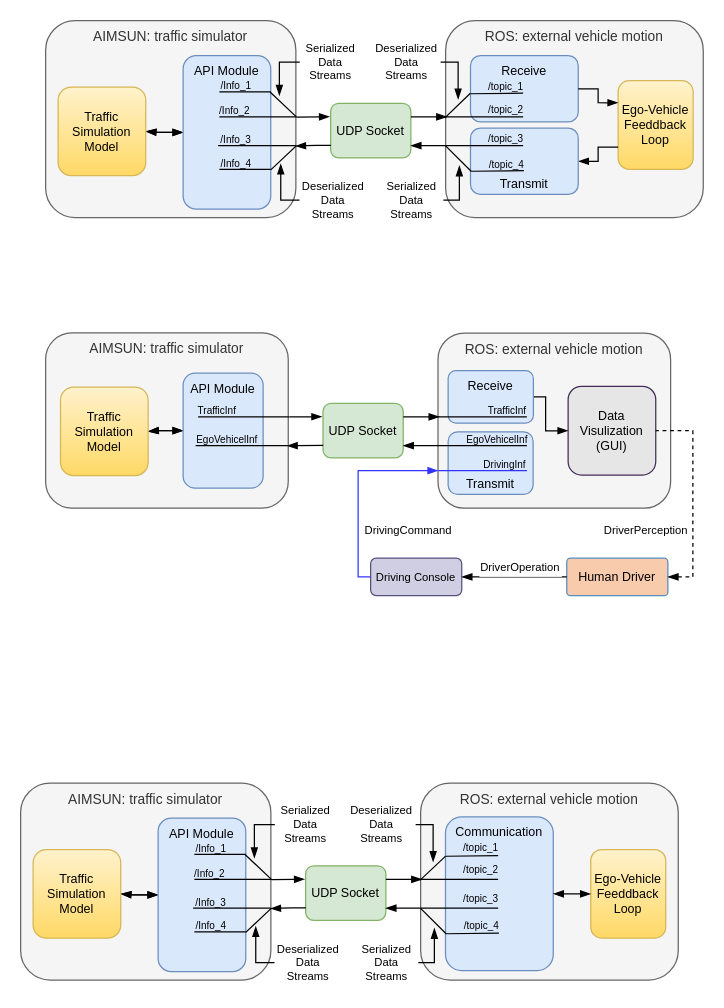
This is page "Page-1" (1 of 2) of ROS_AIMSUN_Bridge.drawio from LimingGao/draw_io, a draw.io file, before an edit. Source tidied: cells renumbered, new cells numbered last; positions are measured from the earlier drawing's top-left corner, leaving out a move shared by most shapes. Both pictures are drawn from the tidied source at 125%, with x=0, y=0 at pixel (20, 20).
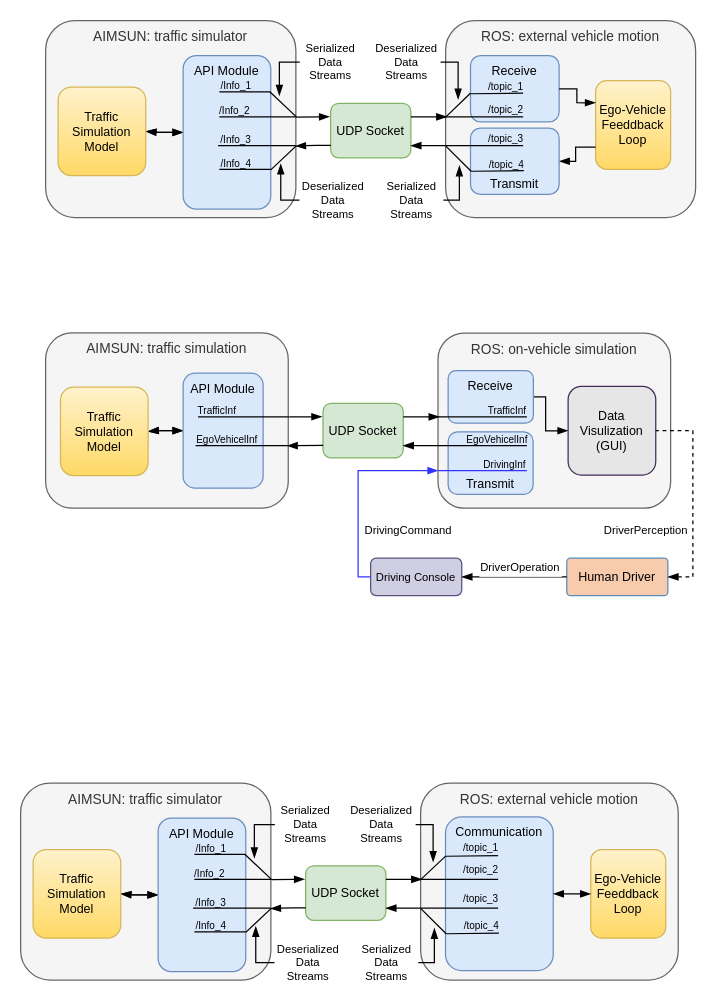
Above is the later version.

Change to the diagram source:
```diff
@@
-    <mxCell id="44" value="AIMSUN: traffic simulator" style="rounded=1;align=center;verticalAlign=top;fontSize=11;fontStyle=0;strokeColor=#666666;fillColor=#f5f5f5;fontColor=#333333;glass=0;" parent="1" vertex="1">
+    <mxCell id="44" value="AIMSUN: traffic simulation" style="rounded=1;align=center;verticalAlign=top;fontSize=11;fontStyle=0;strokeColor=#666666;fillColor=#f5f5f5;fontColor=#333333;glass=0;" parent="1" vertex="1">
       <mxGeometry x="20" y="249.8" width="194.1" height="140.2" as="geometry" />
     </mxCell>
@@
-    <mxCell id="50" value="ROS: external vehicle motion" style="rounded=1;align=center;verticalAlign=top;fontSize=11;fontStyle=0;strokeColor=#666666;fillColor=#f5f5f5;fontColor=#333333;glass=0;" parent="1" vertex="1">
+    <mxCell id="50" value="ROS: on-vehicle simulation" style="rounded=1;align=center;verticalAlign=top;fontSize=11;fontStyle=0;strokeColor=#666666;fillColor=#f5f5f5;fontColor=#333333;glass=0;" parent="1" vertex="1">
       <mxGeometry x="333.9" y="250" width="186.1" height="140" as="geometry" />
     </mxCell>
@@
     <mxCell id="75" value="ROS: external vehicle motion" style="rounded=1;align=center;verticalAlign=top;fontSize=11;fontStyle=0;strokeColor=#666666;fillColor=#f5f5f5;fontColor=#333333;glass=0;" parent="1" vertex="1">
-      <mxGeometry x="340" width="206.1" height="157.5" as="geometry" />
+      <mxGeometry x="340" width="200" height="157.5" as="geometry" />
     </mxCell>
     <mxCell id="76" value="Receive" style="rounded=1;align=center;verticalAlign=top;fontSize=10;fontStyle=0;fillColor=#dae8fc;strokeColor=#6c8ebf;" parent="1" vertex="1">
-      <mxGeometry x="359.9" y="28" width="86.2" height="53" as="geometry" />
+      <mxGeometry x="359.9" y="28" width="70.9" height="53" as="geometry" />
     </mxCell>
     <mxCell id="77" value="Ego-Vehicle&#10;Feeddback&#10;Loop" style="rounded=1;align=center;verticalAlign=middle;fontSize=10;fontStyle=0;fillColor=#fff2cc;strokeColor=#d6b656;gradientColor=#ffd966;" parent="1" vertex="1">
-      <mxGeometry x="478" y="48" width="60" height="70.9" as="geometry" />
+      <mxGeometry x="460" y="48" width="60" height="70.9" as="geometry" />
     </mxCell>
@@
     <mxCell id="80" style="edgeStyle=orthogonalEdgeStyle;rounded=0;jettySize=auto;startArrow=none;startFill=0;endArrow=blockThin;endFill=1;strokeWidth=1;entryX=1;entryY=0.5;entryDx=0;entryDy=0;exitX=0;exitY=0.75;exitDx=0;exitDy=0;" parent="1" edge="1" source="77" target="105">
       <mxGeometry relative="1" as="geometry">
         <Array as="points">
-          <mxPoint x="462" y="101" />
-          <mxPoint x="462" y="113" />
+          <mxPoint x="444" y="101" />
+          <mxPoint x="444" y="113" />
         </Array>
       </mxGeometry>
     </mxCell>
@@
     <mxCell id="105" value="Transmit" style="rounded=1;align=center;verticalAlign=bottom;fontSize=10;fontStyle=0;fillColor=#dae8fc;strokeColor=#6c8ebf;" parent="1" vertex="1">
-      <mxGeometry x="359.9" y="86" width="86.2" height="53" as="geometry" />
+      <mxGeometry x="359.9" y="86" width="70.9" height="53" as="geometry" />
     </mxCell>
@@
     <mxCell id="112" style="edgeStyle=orthogonalEdgeStyle;rounded=0;jettySize=auto;startArrow=none;startFill=0;endArrow=blockThin;endFill=1;strokeWidth=1;exitX=1;exitY=0.5;exitDx=0;exitDy=0;entryX=0;entryY=0.25;entryDx=0;entryDy=0;" parent="1" edge="1" source="76" target="77">
       <mxGeometry relative="1" as="geometry">
         <Array as="points">
-          <mxPoint x="462" y="54" />
-          <mxPoint x="462" y="66" />
-          <mxPoint x="478" y="66" />
+          <mxPoint x="445" y="55" />
+          <mxPoint x="445" y="66" />
         </Array>
       </mxGeometry>
     </mxCell>
```
